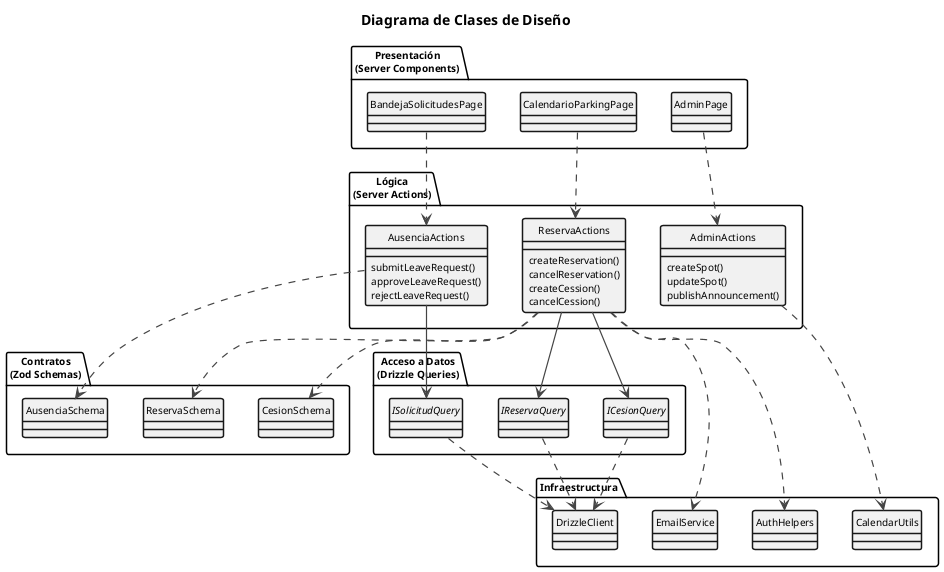
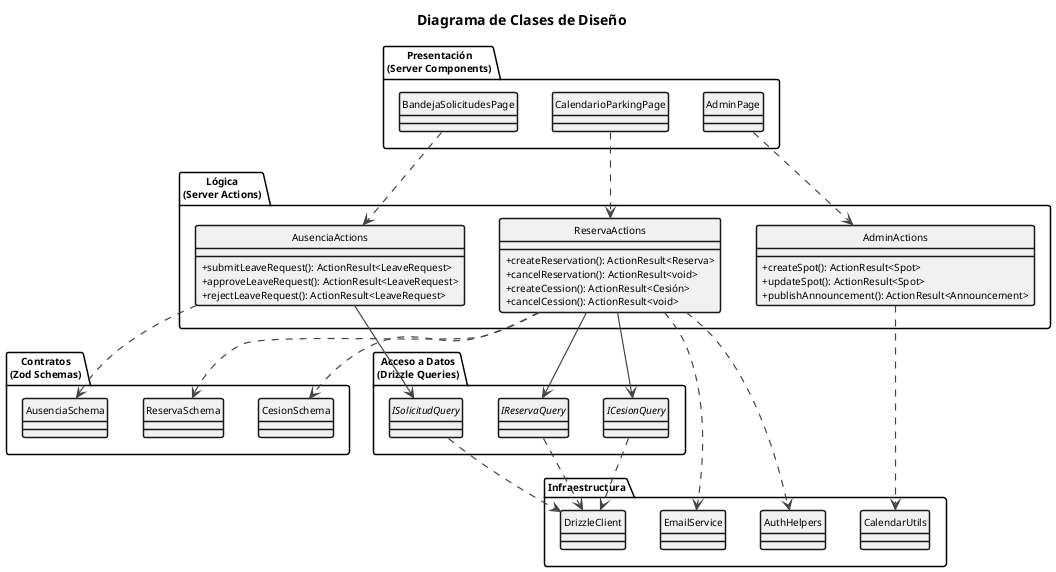
@startuml disenoClases

title Diagrama de Clases de Diseño

skinparam defaultFontName Arial
skinparam defaultFontSize 10
skinparam classBorderThickness 1.5
skinparam arrowThickness 1.2
skinparam arrowColor #444444
skinparam classAttributeIconSize 0

hide circle

top to bottom direction

' ── Presentación ─────────────────────────────────────────────────────────────

package "Presentación\n(Server Components)" {
  class CalendarioParkingPage
  class BandejaSolicitudesPage
  class AdminPage
}

' ── Lógica ───────────────────────────────────────────────────────────────────

package "Lógica\n(Server Actions)" {
  class ReservaActions {
-     createReservation()
-     cancelReservation()
-     createCession()
-     cancelCession()
+     + createReservation(): ActionResult<Reserva>
+     + cancelReservation(): ActionResult<void>
+     + createCession(): ActionResult<Cesión>
+     + cancelCession(): ActionResult<void>
  }
  class AusenciaActions {
-     submitLeaveRequest()
-     approveLeaveRequest()
-     rejectLeaveRequest()
+     + submitLeaveRequest(): ActionResult<LeaveRequest>
+     + approveLeaveRequest(): ActionResult<LeaveRequest>
+     + rejectLeaveRequest(): ActionResult<LeaveRequest>
  }
  class AdminActions {
-     createSpot()
-     updateSpot()
-     publishAnnouncement()
+     + createSpot(): ActionResult<Spot>
+     + updateSpot(): ActionResult<Spot>
+     + publishAnnouncement(): ActionResult<Announcement>
  }
}

' ── Contratos ────────────────────────────────────────────────────────────────

package "Contratos\n(Zod Schemas)" {
  class ReservaSchema
  class CesionSchema
  class AusenciaSchema
}

' ── Acceso a Datos ───────────────────────────────────────────────────────────

package "Acceso a Datos\n(Drizzle Queries)" {
  interface IReservaQuery
  interface ICesionQuery
  interface ISolicitudQuery
}

' ── Infraestructura ──────────────────────────────────────────────────────────

package "Infraestructura" {
  class DrizzleClient
  class AuthHelpers
  class EmailService
  class CalendarUtils
}

' ── Dependencias ─────────────────────────────────────────────────────────────

CalendarioParkingPage ..> ReservaActions
BandejaSolicitudesPage ..> AusenciaActions
AdminPage ..> AdminActions

ReservaActions ..> ReservaSchema
ReservaActions ..> CesionSchema
AusenciaActions ..> AusenciaSchema

ReservaActions --> IReservaQuery
ReservaActions --> ICesionQuery
AusenciaActions --> ISolicitudQuery

IReservaQuery ..> DrizzleClient
ICesionQuery ..> DrizzleClient
ISolicitudQuery ..> DrizzleClient

ReservaActions ..> AuthHelpers
ReservaActions ..> EmailService
AdminActions ..> CalendarUtils

@enduml
